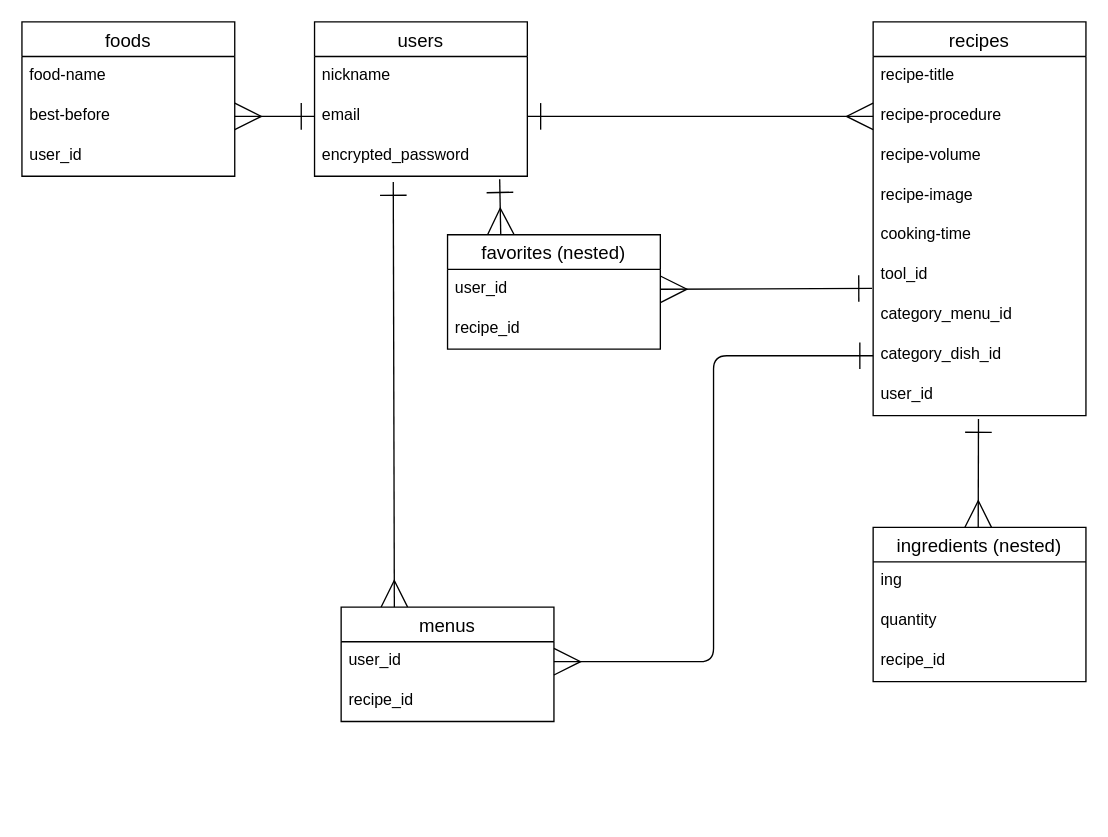
Before: er.dio in mayumitanaka/original-app, a draw.io diagram. Source tidied: cells renumbered, new cells numbered last; positions are measured from the earlier drawing's top-left corner, leaving out a move shared by most shapes. Both pictures are drawn from the tidied source at 133%, with x=0, y=0 at pixel (21, 21).
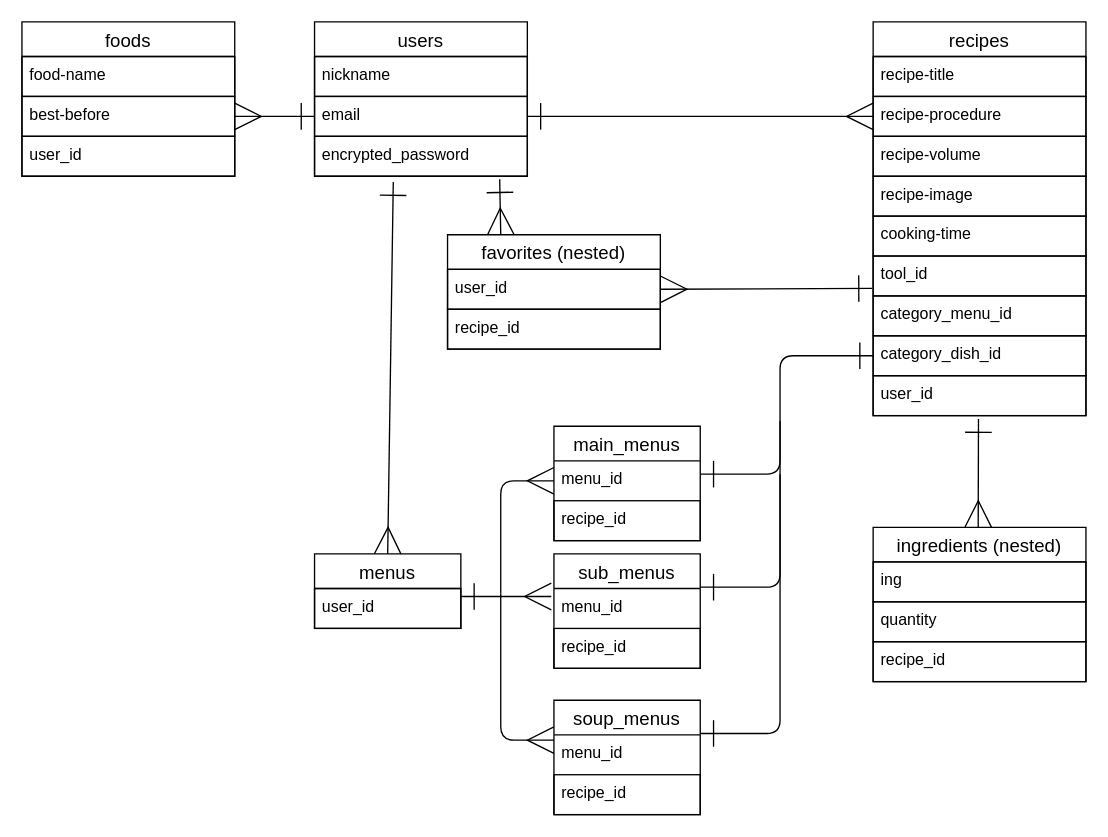
Above is the later version.

The edit, as a diff of the source:
```diff
@@
-<mxGraphModel>
+<mxGraphModel background="#ffffff">
@@
-    <mxCell id="2" value="users" style="swimlane;fontStyle=0;horizontal=1;startSize=26;align=center;fontSize=14;" parent="1" vertex="1">
+    <mxCell id="2" value="users" style="swimlane;fontStyle=0;horizontal=1;startSize=26;align=center;fontSize=14;fontColor=#000000;fillColor=none;strokeColor=#000000;strokeWidth=1;" parent="1" vertex="1">
       <mxGeometry x="220" width="160" height="116" as="geometry" />
     </mxCell>
-    <mxCell id="3" value="nickname" style="text;strokeColor=none;fillColor=none;spacingLeft=4;spacingRight=4;overflow=hidden;fontSize=12;" parent="2" vertex="1">
+    <mxCell id="3" value="nickname" style="text;strokeColor=#000000;fillColor=none;spacingLeft=4;spacingRight=4;overflow=hidden;fontSize=12;fontColor=#000000;strokeWidth=1;" parent="2" vertex="1">
       <mxGeometry y="26" width="160" height="30" as="geometry" />
     </mxCell>
-    <mxCell id="4" value="email" style="text;strokeColor=none;fillColor=none;spacingLeft=4;spacingRight=4;overflow=hidden;points=[[0,0.5],[1,0.5]];portConstraint=eastwest;fontSize=12;" parent="2" vertex="1">
+    <mxCell id="4" value="email" style="text;strokeColor=#000000;fillColor=none;spacingLeft=4;spacingRight=4;overflow=hidden;points=[[0,0.5],[1,0.5]];portConstraint=eastwest;fontSize=12;fontColor=#000000;strokeWidth=1;" parent="2" vertex="1">
       <mxGeometry y="56" width="160" height="30" as="geometry" />
     </mxCell>
-    <mxCell id="5" value="encrypted_password" style="text;strokeColor=none;fillColor=none;spacingLeft=4;spacingRight=4;overflow=hidden;points=[[0,0.5],[1,0.5]];portConstraint=eastwest;fontSize=12;" parent="2" vertex="1">
+    <mxCell id="5" value="encrypted_password" style="text;strokeColor=#000000;fillColor=none;spacingLeft=4;spacingRight=4;overflow=hidden;points=[[0,0.5],[1,0.5]];portConstraint=eastwest;fontSize=12;fontColor=#000000;strokeWidth=1;" parent="2" vertex="1">
       <mxGeometry y="86" width="160" height="30" as="geometry" />
     </mxCell>
-    <mxCell id="6" value="recipes" style="swimlane;fontStyle=0;horizontal=1;startSize=26;align=center;fontSize=14;" parent="1" vertex="1">
+    <mxCell id="6" value="recipes" style="swimlane;fontStyle=0;horizontal=1;startSize=26;align=center;fontSize=14;fontColor=#000000;fillColor=none;strokeColor=#000000;strokeWidth=1;" parent="1" vertex="1">
       <mxGeometry x="640" width="160" height="296" as="geometry" />
     </mxCell>
-    <mxCell id="7" value="recipe-title" style="text;strokeColor=none;fillColor=none;spacingLeft=4;spacingRight=4;overflow=hidden;fontSize=12;" parent="6" vertex="1">
+    <mxCell id="7" value="recipe-title" style="text;strokeColor=#000000;fillColor=none;spacingLeft=4;spacingRight=4;overflow=hidden;fontSize=12;fontColor=#000000;strokeWidth=1;" parent="6" vertex="1">
       <mxGeometry y="26" width="160" height="30" as="geometry" />
     </mxCell>
-    <mxCell id="8" value="recipe-procedure" style="text;strokeColor=none;fillColor=none;spacingLeft=4;spacingRight=4;overflow=hidden;points=[[0,0.5],[1,0.5]];portConstraint=eastwest;fontSize=12;" parent="6" vertex="1">
+    <mxCell id="8" value="recipe-procedure" style="text;strokeColor=#000000;fillColor=none;spacingLeft=4;spacingRight=4;overflow=hidden;points=[[0,0.5],[1,0.5]];portConstraint=eastwest;fontSize=12;fontColor=#000000;strokeWidth=1;" parent="6" vertex="1">
       <mxGeometry y="56" width="160" height="30" as="geometry" />
     </mxCell>
-    <mxCell id="9" value="recipe-volume" style="text;strokeColor=none;fillColor=none;spacingLeft=4;spacingRight=4;overflow=hidden;fontSize=12;" parent="6" vertex="1">
+    <mxCell id="9" value="recipe-volume" style="text;strokeColor=#000000;fillColor=none;spacingLeft=4;spacingRight=4;overflow=hidden;fontSize=12;fontColor=#000000;strokeWidth=1;" parent="6" vertex="1">
       <mxGeometry y="86" width="160" height="30" as="geometry" />
     </mxCell>
-    <mxCell id="10" value="recipe-image" style="text;strokeColor=none;fillColor=none;spacingLeft=4;spacingRight=4;overflow=hidden;fontSize=12;" parent="6" vertex="1">
+    <mxCell id="10" value="recipe-image" style="text;strokeColor=#000000;fillColor=none;spacingLeft=4;spacingRight=4;overflow=hidden;fontSize=12;fontColor=#000000;strokeWidth=1;" parent="6" vertex="1">
       <mxGeometry y="116" width="160" height="30" as="geometry" />
     </mxCell>
-    <mxCell id="11" value="cooking-time" style="text;strokeColor=none;fillColor=none;spacingLeft=4;spacingRight=4;overflow=hidden;fontSize=12;" parent="6" vertex="1">
+    <mxCell id="11" value="cooking-time" style="text;strokeColor=#000000;fillColor=none;spacingLeft=4;spacingRight=4;overflow=hidden;fontSize=12;fontColor=#000000;strokeWidth=1;" parent="6" vertex="1">
       <mxGeometry y="146" width="160" height="30" as="geometry" />
     </mxCell>
-    <mxCell id="12" value="tool_id" style="text;strokeColor=none;fillColor=none;spacingLeft=4;spacingRight=4;overflow=hidden;points=[[0,0.5],[1,0.5]];portConstraint=eastwest;fontSize=12;" parent="6" vertex="1">
+    <mxCell id="12" value="tool_id" style="text;strokeColor=#000000;fillColor=none;spacingLeft=4;spacingRight=4;overflow=hidden;points=[[0,0.5],[1,0.5]];portConstraint=eastwest;fontSize=12;fontColor=#000000;strokeWidth=1;" parent="6" vertex="1">
       <mxGeometry y="176" width="160" height="30" as="geometry" />
     </mxCell>
-    <mxCell id="13" value="category_menu_id" style="text;strokeColor=none;fillColor=none;spacingLeft=4;spacingRight=4;overflow=hidden;fontSize=12;" parent="6" vertex="1">
+    <mxCell id="13" value="category_menu_id" style="text;strokeColor=#000000;fillColor=none;spacingLeft=4;spacingRight=4;overflow=hidden;fontSize=12;fontColor=#000000;strokeWidth=1;" parent="6" vertex="1">
       <mxGeometry y="206" width="160" height="30" as="geometry" />
     </mxCell>
-    <mxCell id="14" value="category_dish_id" style="text;strokeColor=none;fillColor=none;spacingLeft=4;spacingRight=4;overflow=hidden;points=[[0,0.5],[1,0.5]];portConstraint=eastwest;fontSize=12;" parent="6" vertex="1">
+    <mxCell id="14" value="category_dish_id" style="text;strokeColor=#000000;fillColor=none;spacingLeft=4;spacingRight=4;overflow=hidden;points=[[0,0.5],[1,0.5]];portConstraint=eastwest;fontSize=12;fontColor=#000000;strokeWidth=1;" parent="6" vertex="1">
       <mxGeometry y="236" width="160" height="30" as="geometry" />
     </mxCell>
-    <mxCell id="15" value="user_id" style="text;strokeColor=none;fillColor=none;spacingLeft=4;spacingRight=4;overflow=hidden;points=[[0,0.5],[1,0.5]];portConstraint=eastwest;fontSize=12;" parent="6" vertex="1">
+    <mxCell id="15" value="user_id" style="text;strokeColor=#000000;fillColor=none;spacingLeft=4;spacingRight=4;overflow=hidden;points=[[0,0.5],[1,0.5]];portConstraint=eastwest;fontSize=12;fontColor=#000000;strokeWidth=1;" parent="6" vertex="1">
       <mxGeometry y="266" width="160" height="30" as="geometry" />
     </mxCell>
-    <mxCell id="16" style="edgeStyle=none;html=1;exitX=0.25;exitY=0;exitDx=0;exitDy=0;entryX=0.37;entryY=1.144;entryDx=0;entryDy=0;entryPerimeter=0;startArrow=ERmany;startFill=0;endArrow=ERone;endFill=0;startSize=18;endSize=18;" parent="1" edge="1" source="17" target="5">
+    <mxCell id="16" style="edgeStyle=none;html=1;entryX=0.37;entryY=1.144;entryDx=0;entryDy=0;entryPerimeter=0;startArrow=ERmany;startFill=0;endArrow=ERone;endFill=0;startSize=18;endSize=18;exitX=0.5;exitY=0;exitDx=0;exitDy=0;fontColor=#000000;strokeColor=#000000;" parent="1" edge="1" source="17" target="5">
       <mxGeometry relative="1" as="geometry" />
     </mxCell>
-    <mxCell id="17" value="menus" style="swimlane;fontStyle=0;horizontal=1;startSize=26;align=center;fontSize=14;" parent="1" vertex="1">
-      <mxGeometry x="240" y="440" width="160" height="86" as="geometry" />
+    <mxCell id="17" value="menus" style="swimlane;fontStyle=0;horizontal=1;startSize=26;align=center;fontSize=14;fontColor=#000000;fillColor=none;strokeColor=#000000;strokeWidth=1;" parent="1" vertex="1">
+      <mxGeometry x="220" y="400" width="110" height="56" as="geometry" />
     </mxCell>
-    <mxCell id="18" value="user_id" style="text;strokeColor=none;fillColor=none;spacingLeft=4;spacingRight=4;overflow=hidden;points=[[0,0.5],[1,0.5]];portConstraint=eastwest;fontSize=12;" parent="17" vertex="1">
-      <mxGeometry y="26" width="160" height="30" as="geometry" />
+    <mxCell id="18" value="user_id" style="text;strokeColor=#000000;fillColor=none;spacingLeft=4;spacingRight=4;overflow=hidden;points=[[0,0.5],[1,0.5]];portConstraint=eastwest;fontSize=12;fontColor=#000000;strokeWidth=1;" parent="17" vertex="1">
+      <mxGeometry y="26" width="110" height="30" as="geometry" />
     </mxCell>
-    <mxCell id="19" value="recipe_id" style="text;strokeColor=none;fillColor=none;spacingLeft=4;spacingRight=4;overflow=hidden;fontSize=12;" parent="17" vertex="1">
-      <mxGeometry y="56" width="160" height="30" as="geometry" />
-    </mxCell>
-    <mxCell id="20" value="foods" style="swimlane;fontStyle=0;horizontal=1;startSize=26;align=center;fontSize=14;" parent="1" vertex="1">
+    <mxCell id="20" value="foods" style="swimlane;fontStyle=0;horizontal=1;startSize=26;align=center;fontSize=14;fontColor=#000000;fillColor=none;strokeColor=#000000;strokeWidth=1;" parent="1" vertex="1">
       <mxGeometry width="160" height="116" as="geometry" />
     </mxCell>
-    <mxCell id="21" value="food-name" style="text;strokeColor=none;fillColor=none;spacingLeft=4;spacingRight=4;overflow=hidden;fontSize=12;" parent="20" vertex="1">
+    <mxCell id="21" value="food-name" style="text;strokeColor=#000000;fillColor=none;spacingLeft=4;spacingRight=4;overflow=hidden;fontSize=12;fontColor=#000000;strokeWidth=1;" parent="20" vertex="1">
       <mxGeometry y="26" width="160" height="30" as="geometry" />
     </mxCell>
-    <mxCell id="22" value="best-before" style="text;strokeColor=none;fillColor=none;spacingLeft=4;spacingRight=4;overflow=hidden;points=[[0,0.5],[1,0.5]];portConstraint=eastwest;fontSize=12;" parent="20" vertex="1">
+    <mxCell id="22" value="best-before" style="text;strokeColor=#000000;fillColor=none;spacingLeft=4;spacingRight=4;overflow=hidden;points=[[0,0.5],[1,0.5]];portConstraint=eastwest;fontSize=12;fontColor=#000000;strokeWidth=1;" parent="20" vertex="1">
       <mxGeometry y="56" width="160" height="30" as="geometry" />
     </mxCell>
-    <mxCell id="23" value="user_id" style="text;strokeColor=none;fillColor=none;spacingLeft=4;spacingRight=4;overflow=hidden;fontSize=12;" parent="20" vertex="1">
+    <mxCell id="23" value="user_id" style="text;strokeColor=#000000;fillColor=none;spacingLeft=4;spacingRight=4;overflow=hidden;fontSize=12;fontColor=#000000;strokeWidth=1;" parent="20" vertex="1">
       <mxGeometry y="86" width="160" height="30" as="geometry" />
     </mxCell>
-    <mxCell id="24" style="edgeStyle=none;html=1;exitX=1;exitY=0.5;exitDx=0;exitDy=0;entryX=0;entryY=0.5;entryDx=0;entryDy=0;endArrow=ERone;endFill=0;startArrow=ERmany;startFill=0;endSize=18;startSize=18;" parent="1" edge="1" source="22" target="4">
+    <mxCell id="24" style="edgeStyle=none;html=1;exitX=1;exitY=0.5;exitDx=0;exitDy=0;entryX=0;entryY=0.5;entryDx=0;entryDy=0;endArrow=ERone;endFill=0;startArrow=ERmany;startFill=0;endSize=18;startSize=18;fontColor=#000000;strokeColor=#000000;" parent="1" edge="1" source="22" target="4">
       <mxGeometry relative="1" as="geometry" />
     </mxCell>
-    <mxCell id="25" style="edgeStyle=none;html=1;exitX=0;exitY=0.5;exitDx=0;exitDy=0;entryX=1;entryY=0.5;entryDx=0;entryDy=0;startArrow=ERmany;startFill=0;endArrow=ERone;endFill=0;startSize=18;endSize=18;" parent="1" edge="1" source="8" target="4">
+    <mxCell id="25" style="edgeStyle=none;html=1;exitX=0;exitY=0.5;exitDx=0;exitDy=0;entryX=1;entryY=0.5;entryDx=0;entryDy=0;startArrow=ERmany;startFill=0;endArrow=ERone;endFill=0;startSize=18;endSize=18;fontColor=#000000;strokeColor=#000000;" parent="1" edge="1" source="8" target="4">
       <mxGeometry relative="1" as="geometry" />
     </mxCell>
-    <mxCell id="26" value="ingredients (nested)" style="swimlane;fontStyle=0;horizontal=1;startSize=26;align=center;fontSize=14;" parent="1" vertex="1">
+    <mxCell id="26" value="ingredients (nested)" style="swimlane;fontStyle=0;horizontal=1;startSize=26;align=center;fontSize=14;fontColor=#000000;fillColor=none;strokeColor=#000000;strokeWidth=1;" parent="1" vertex="1">
       <mxGeometry x="640" y="380" width="160" height="116" as="geometry" />
     </mxCell>
-    <mxCell id="27" value="ing" style="text;strokeColor=none;fillColor=none;spacingLeft=4;spacingRight=4;overflow=hidden;fontSize=12;" parent="26" vertex="1">
+    <mxCell id="27" value="ing" style="text;strokeColor=#000000;fillColor=none;spacingLeft=4;spacingRight=4;overflow=hidden;fontSize=12;fontColor=#000000;strokeWidth=1;" parent="26" vertex="1">
       <mxGeometry y="26" width="160" height="30" as="geometry" />
     </mxCell>
-    <mxCell id="28" value="quantity" style="text;strokeColor=none;fillColor=none;spacingLeft=4;spacingRight=4;overflow=hidden;fontSize=12;" parent="26" vertex="1">
+    <mxCell id="28" value="quantity" style="text;strokeColor=#000000;fillColor=none;spacingLeft=4;spacingRight=4;overflow=hidden;fontSize=12;fontColor=#000000;strokeWidth=1;" parent="26" vertex="1">
       <mxGeometry y="56" width="160" height="30" as="geometry" />
     </mxCell>
-    <mxCell id="29" value="recipe_id" style="text;strokeColor=none;fillColor=none;spacingLeft=4;spacingRight=4;overflow=hidden;fontSize=12;" parent="26" vertex="1">
+    <mxCell id="29" value="recipe_id" style="text;strokeColor=#000000;fillColor=none;spacingLeft=4;spacingRight=4;overflow=hidden;fontSize=12;fontColor=#000000;strokeWidth=1;" parent="26" vertex="1">
       <mxGeometry y="86" width="160" height="30" as="geometry" />
     </mxCell>
-    <mxCell id="30" style="edgeStyle=none;html=1;entryX=0.495;entryY=1.085;entryDx=0;entryDy=0;entryPerimeter=0;startArrow=ERmany;startFill=0;endArrow=ERone;endFill=0;endSize=18;startSize=18;" parent="1" edge="1" target="15">
+    <mxCell id="30" style="edgeStyle=none;html=1;entryX=0.495;entryY=1.085;entryDx=0;entryDy=0;entryPerimeter=0;startArrow=ERmany;startFill=0;endArrow=ERone;endFill=0;endSize=18;startSize=18;fontColor=#000000;strokeColor=#000000;" parent="1" edge="1" target="15">
       <mxGeometry relative="1" as="geometry">
         <mxPoint x="719" y="380" as="sourcePoint" />
       </mxGeometry>
     </mxCell>
-    <mxCell id="31" style="edgeStyle=none;html=1;exitX=0.25;exitY=0;exitDx=0;exitDy=0;entryX=0.87;entryY=1.074;entryDx=0;entryDy=0;entryPerimeter=0;startArrow=ERmany;startFill=0;endArrow=ERone;endFill=0;startSize=18;endSize=18;" parent="1" edge="1" source="32" target="5">
+    <mxCell id="31" style="edgeStyle=none;html=1;exitX=0.25;exitY=0;exitDx=0;exitDy=0;entryX=0.87;entryY=1.074;entryDx=0;entryDy=0;entryPerimeter=0;startArrow=ERmany;startFill=0;endArrow=ERone;endFill=0;startSize=18;endSize=18;fontColor=#000000;strokeColor=#000000;" parent="1" edge="1" source="32" target="5">
       <mxGeometry relative="1" as="geometry" />
     </mxCell>
-    <mxCell id="32" value="favorites (nested)" style="swimlane;fontStyle=0;horizontal=1;startSize=26;align=center;fontSize=14;" parent="1" vertex="1">
+    <mxCell id="32" value="favorites (nested)" style="swimlane;fontStyle=0;horizontal=1;startSize=26;align=center;fontSize=14;fontColor=#000000;fillColor=none;strokeColor=#000000;strokeWidth=1;" parent="1" vertex="1">
       <mxGeometry x="320" y="160" width="160" height="86" as="geometry" />
     </mxCell>
-    <mxCell id="33" value="user_id" style="text;strokeColor=none;fillColor=none;spacingLeft=4;spacingRight=4;overflow=hidden;points=[[0,0.5],[1,0.5]];portConstraint=eastwest;fontSize=12;" parent="32" vertex="1">
+    <mxCell id="33" value="user_id" style="text;strokeColor=#000000;fillColor=none;spacingLeft=4;spacingRight=4;overflow=hidden;points=[[0,0.5],[1,0.5]];portConstraint=eastwest;fontSize=12;fontColor=#000000;strokeWidth=1;" parent="32" vertex="1">
       <mxGeometry y="26" width="160" height="30" as="geometry" />
     </mxCell>
-    <mxCell id="34" value="recipe_id" style="text;strokeColor=none;fillColor=none;spacingLeft=4;spacingRight=4;overflow=hidden;fontSize=12;" parent="32" vertex="1">
+    <mxCell id="34" value="recipe_id" style="text;strokeColor=#000000;fillColor=none;spacingLeft=4;spacingRight=4;overflow=hidden;fontSize=12;fontColor=#000000;strokeWidth=1;" parent="32" vertex="1">
       <mxGeometry y="56" width="160" height="30" as="geometry" />
     </mxCell>
-    <mxCell id="35" style="edgeStyle=none;html=1;exitX=1;exitY=0.5;exitDx=0;exitDy=0;entryX=0;entryY=0.5;entryDx=0;entryDy=0;startArrow=ERmany;startFill=0;endArrow=ERone;endFill=0;startSize=18;endSize=18;" parent="1" edge="1" source="18" target="14">
-      <mxGeometry relative="1" as="geometry">
-        <Array as="points">
-          <mxPoint x="520" y="481" />
-          <mxPoint x="520" y="251" />
-        </Array>
-      </mxGeometry>
-    </mxCell>
-    <mxCell id="36" style="edgeStyle=none;html=1;exitX=1;exitY=0.5;exitDx=0;exitDy=0;entryX=-0.005;entryY=0.811;entryDx=0;entryDy=0;entryPerimeter=0;startArrow=ERmany;startFill=0;endArrow=ERone;endFill=0;startSize=18;endSize=18;" parent="1" edge="1" source="33" target="12">
+    <mxCell id="36" style="edgeStyle=none;html=1;exitX=1;exitY=0.5;exitDx=0;exitDy=0;entryX=-0.005;entryY=0.811;entryDx=0;entryDy=0;entryPerimeter=0;startArrow=ERmany;startFill=0;endArrow=ERone;endFill=0;startSize=18;endSize=18;fontColor=#000000;strokeColor=#000000;" parent="1" edge="1" source="33" target="12">
       <mxGeometry relative="1" as="geometry" />
     </mxCell>
+    <mxCell id="37" value="main_menus" style="swimlane;fontStyle=0;horizontal=1;startSize=26;align=center;fontSize=14;fontColor=#000000;fillColor=none;strokeColor=#000000;strokeWidth=1;" parent="1" vertex="1">
+      <mxGeometry x="400" y="304" width="110" height="86" as="geometry" />
+    </mxCell>
+    <mxCell id="38" value="menu_id" style="text;strokeColor=none;fillColor=none;spacingLeft=4;spacingRight=4;overflow=hidden;points=[[0,0.5],[1,0.5]];portConstraint=eastwest;fontSize=12;fontColor=#000000;" parent="37" vertex="1">
+      <mxGeometry y="26" width="110" height="30" as="geometry" />
+    </mxCell>
+    <mxCell id="39" value="recipe_id" style="text;strokeColor=#000000;fillColor=none;spacingLeft=4;spacingRight=4;overflow=hidden;fontSize=12;fontColor=#000000;strokeWidth=1;" parent="37" vertex="1">
+      <mxGeometry y="56" width="110" height="30" as="geometry" />
+    </mxCell>
+    <mxCell id="40" value="sub_menus" style="swimlane;fontStyle=0;horizontal=1;startSize=26;align=center;fontSize=14;fontColor=#000000;fillColor=none;strokeColor=#000000;strokeWidth=1;" parent="1" vertex="1">
+      <mxGeometry x="400" y="400" width="110" height="86" as="geometry" />
+    </mxCell>
+    <mxCell id="41" value="menu_id" style="text;strokeColor=none;fillColor=none;spacingLeft=4;spacingRight=4;overflow=hidden;points=[[0,0.5],[1,0.5]];portConstraint=eastwest;fontSize=12;fontColor=#000000;" parent="40" vertex="1">
+      <mxGeometry y="26" width="110" height="30" as="geometry" />
+    </mxCell>
+    <mxCell id="42" value="recipe_id" style="text;strokeColor=#000000;fillColor=none;spacingLeft=4;spacingRight=4;overflow=hidden;fontSize=12;fontColor=#000000;strokeWidth=1;" parent="40" vertex="1">
+      <mxGeometry y="56" width="110" height="30" as="geometry" />
+    </mxCell>
+    <mxCell id="43" value="soup_menus" style="swimlane;fontStyle=0;horizontal=1;startSize=26;align=center;fontSize=14;fontColor=#000000;fillColor=none;strokeColor=#000000;strokeWidth=1;" parent="1" vertex="1">
+      <mxGeometry x="400" y="510" width="110" height="86" as="geometry" />
+    </mxCell>
+    <mxCell id="44" value="menu_id" style="text;strokeColor=none;fillColor=none;spacingLeft=4;spacingRight=4;overflow=hidden;fontSize=12;fontColor=#000000;" parent="43" vertex="1">
+      <mxGeometry y="26" width="110" height="30" as="geometry" />
+    </mxCell>
+    <mxCell id="45" value="recipe_id" style="text;strokeColor=#000000;fillColor=none;spacingLeft=4;spacingRight=4;overflow=hidden;fontSize=12;fontColor=#000000;strokeWidth=1;" parent="43" vertex="1">
+      <mxGeometry y="56" width="110" height="30" as="geometry" />
+    </mxCell>
+    <mxCell id="46" style="edgeStyle=none;html=1;exitX=0;exitY=0.5;exitDx=0;exitDy=0;startArrow=ERmany;startFill=0;endArrow=none;endFill=0;startSize=18;endSize=18;fontColor=#000000;strokeColor=#000000;" parent="1" edge="1" source="38">
+      <mxGeometry relative="1" as="geometry">
+        <mxPoint x="360" y="430" as="targetPoint" />
+        <Array as="points">
+          <mxPoint x="360" y="345" />
+        </Array>
+      </mxGeometry>
+    </mxCell>
+    <mxCell id="47" style="edgeStyle=none;html=1;startArrow=ERmany;startFill=0;endArrow=ERone;endFill=0;startSize=18;endSize=18;exitX=-0.018;exitY=0.2;exitDx=0;exitDy=0;exitPerimeter=0;fontColor=#000000;strokeColor=#000000;" parent="1" edge="1" source="41">
+      <mxGeometry relative="1" as="geometry">
+        <mxPoint x="330" y="432" as="targetPoint" />
+      </mxGeometry>
+    </mxCell>
+    <mxCell id="48" style="edgeStyle=none;html=1;startArrow=ERone;startFill=0;endArrow=ERone;endFill=0;startSize=18;endSize=18;exitX=0;exitY=0.5;exitDx=0;exitDy=0;fontColor=#000000;strokeColor=#000000;" parent="1" edge="1" source="14">
+      <mxGeometry relative="1" as="geometry">
+        <mxPoint x="510" y="340" as="targetPoint" />
+        <Array as="points">
+          <mxPoint x="570" y="251" />
+          <mxPoint x="570" y="340" />
+        </Array>
+      </mxGeometry>
+    </mxCell>
+    <mxCell id="49" style="edgeStyle=none;html=1;startArrow=none;startFill=0;endArrow=ERone;endFill=0;startSize=18;endSize=18;fontColor=#000000;strokeColor=#000000;" parent="1" edge="1">
+      <mxGeometry relative="1" as="geometry">
+        <mxPoint x="570" y="340" as="sourcePoint" />
+        <mxPoint x="510" y="535" as="targetPoint" />
+        <Array as="points">
+          <mxPoint x="570" y="535" />
+        </Array>
+      </mxGeometry>
+    </mxCell>
+    <mxCell id="50" style="edgeStyle=none;html=1;startArrow=none;startFill=0;endArrow=ERone;endFill=0;startSize=18;endSize=18;fontColor=#000000;strokeColor=#000000;" parent="1" edge="1">
+      <mxGeometry relative="1" as="geometry">
+        <mxPoint x="570" y="300" as="sourcePoint" />
+        <mxPoint x="510" y="425" as="targetPoint" />
+        <Array as="points">
+          <mxPoint x="570" y="425" />
+        </Array>
+      </mxGeometry>
+    </mxCell>
+    <mxCell id="51" style="edgeStyle=none;html=1;exitX=0;exitY=0.5;exitDx=0;exitDy=0;startArrow=ERmany;startFill=0;endArrow=none;endFill=0;startSize=18;endSize=18;fontColor=#000000;strokeColor=#000000;" parent="1" edge="1">
+      <mxGeometry relative="1" as="geometry">
+        <mxPoint x="400" y="540" as="sourcePoint" />
+        <mxPoint x="360" y="430" as="targetPoint" />
+        <Array as="points">
+          <mxPoint x="360" y="540" />
+        </Array>
+      </mxGeometry>
+    </mxCell>
```
